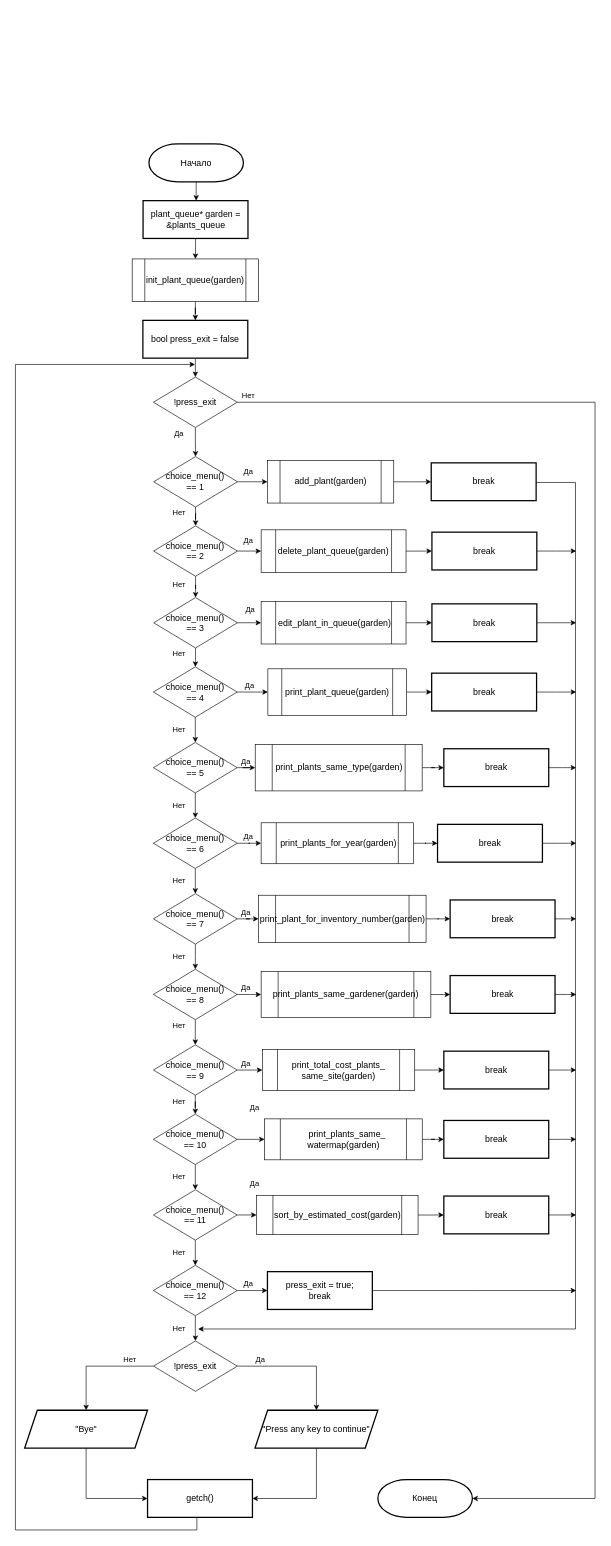
Act1on04/CourseWork keeps this draw.io diagram as page "Page-1" (1 of 3) of diagram/main.drawio. Above is the earlier version. Source tidied: cells renumbered, new cells numbered last; positions are measured from the earlier drawing's top-left corner, leaving out a move shared by most shapes. Both pictures are drawn from the tidied source at 63%, with x=0, y=0 at pixel (15, 144).
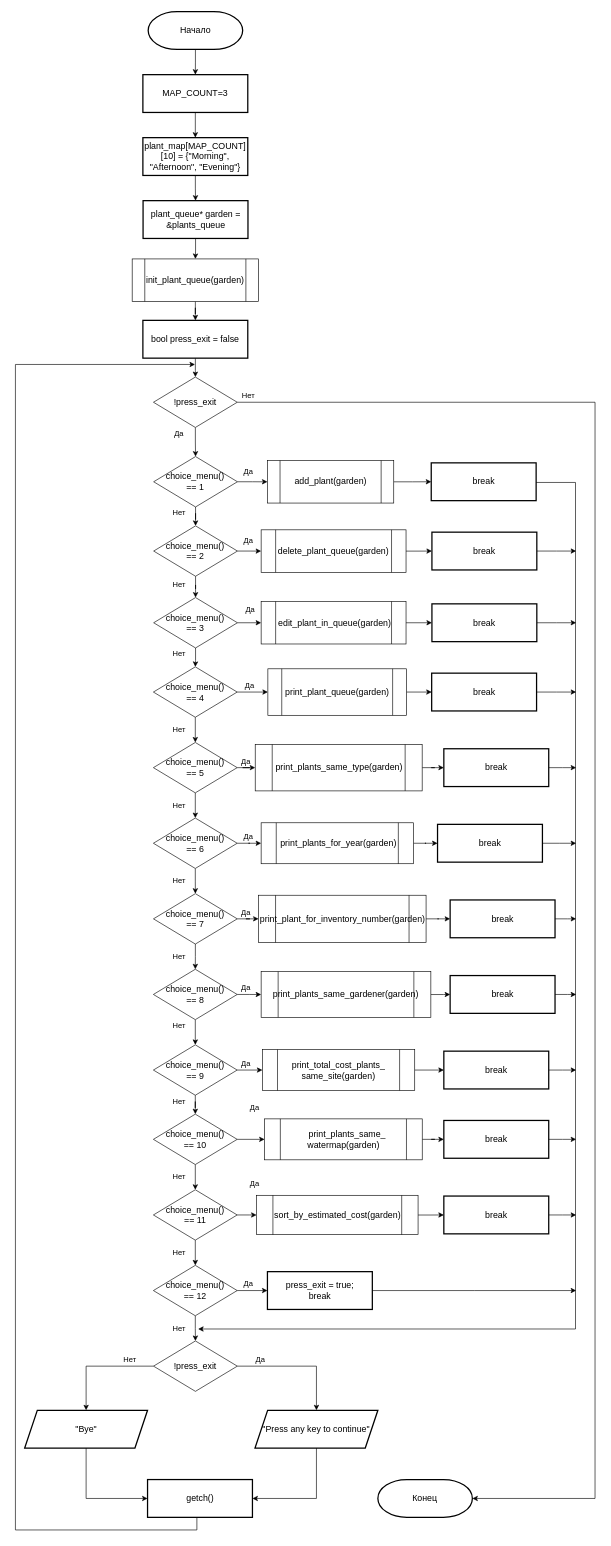
The same page after the edit.

The change refers to these unchanged cells:
```xml
<mxCell id="5" value="&lt;div&gt;&lt;span style=&quot;font-size: 14px&quot;&gt;plant_queue* garden = &amp;amp;plants_queue&lt;/span&gt;&lt;br&gt;&lt;/div&gt;" style="whiteSpace=wrap;html=1;strokeWidth=2;align=center;" parent="1" vertex="1">
  <mxGeometry x="202.6" y="90" width="166.5" height="60" as="geometry" />
</mxCell>
```

What changed in the source:
```diff
@@
-    <mxCell id="2" style="edgeStyle=orthogonalEdgeStyle;rounded=0;jettySize=auto;html=1;" parent="1" edge="1" source="3">
-      <mxGeometry relative="1" as="geometry">
-        <mxPoint x="286.9" y="90" as="targetPoint" />
-      </mxGeometry>
-    </mxCell>
+    <mxCell id="133" style="edgeStyle=orthogonalEdgeStyle;rounded=0;jettySize=auto;html=1;" parent="1" edge="1" source="3" target="135">
+      <mxGeometry relative="1" as="geometry" />
+    </mxCell>
     <mxCell id="3" value="&lt;font style=&quot;font-size: 14px&quot;&gt;Начало&lt;/font&gt;" style="strokeWidth=2;html=1;shape=mxgraph.flowchart.terminator;whiteSpace=wrap;" parent="1" vertex="1">
-      <mxGeometry x="211.9" width="150" height="60" as="geometry" />
+      <mxGeometry x="210.7" y="-210" width="150" height="60" as="geometry" />
     </mxCell>
@@
+    <mxCell id="134" style="edgeStyle=orthogonalEdgeStyle;rounded=0;jettySize=auto;html=1;" parent="1" edge="1" source="135" target="137">
+      <mxGeometry relative="1" as="geometry" />
+    </mxCell>
+    <mxCell id="135" value="&lt;div&gt;&lt;span style=&quot;font-size: 14px&quot;&gt;MAP_COUNT=&lt;/span&gt;&lt;span style=&quot;font-size: 14px&quot;&gt;3&lt;/span&gt;&lt;/div&gt;" style="whiteSpace=wrap;html=1;strokeWidth=2;align=center;" parent="1" vertex="1">
+      <mxGeometry x="202.3" y="-110" width="166.5" height="60" as="geometry" />
+    </mxCell>
+    <mxCell id="136" style="edgeStyle=orthogonalEdgeStyle;rounded=0;jettySize=auto;html=1;" parent="1" edge="1" source="137" target="5">
+      <mxGeometry relative="1" as="geometry" />
+    </mxCell>
+    <mxCell id="137" value="&lt;div&gt;&lt;span style=&quot;font-size: 14px&quot;&gt;plant_map[MAP_COUNT][10] = {&quot;Morning&quot;, &quot;Afternoon&quot;, &quot;Evening&quot;}&lt;/span&gt;&lt;br&gt;&lt;/div&gt;" style="whiteSpace=wrap;html=1;strokeWidth=2;align=center;" parent="1" vertex="1">
+      <mxGeometry x="202.3" y="-10" width="166.5" height="60" as="geometry" />
+    </mxCell>
```
